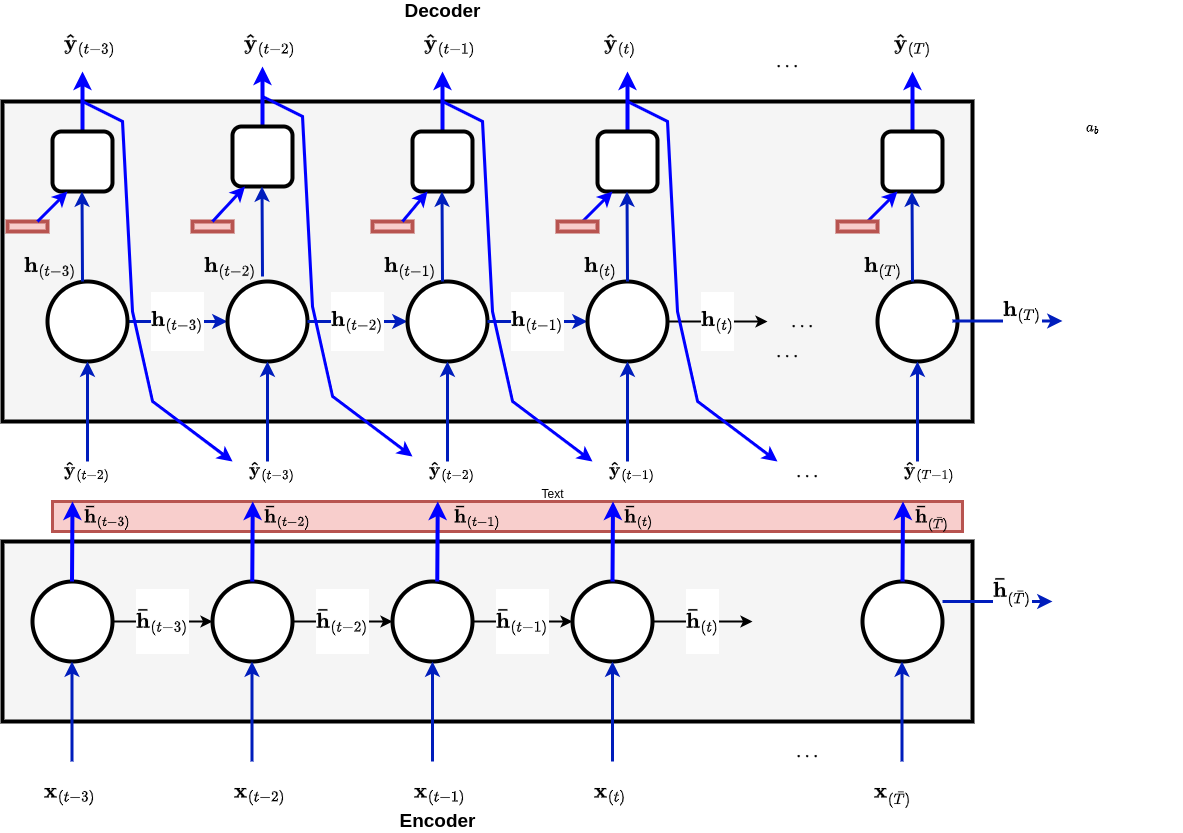
Before: images/RNN_layer_API_Encoder_Decoder_Attention_1.png, a diagram exported from draw.io (kenperry-public/ML_Advanced_Fall_2024). Source tidied: cells renumbered, new cells last; positions are measured from the earlier drawing's top-left corner, leaving out a move shared by most shapes.
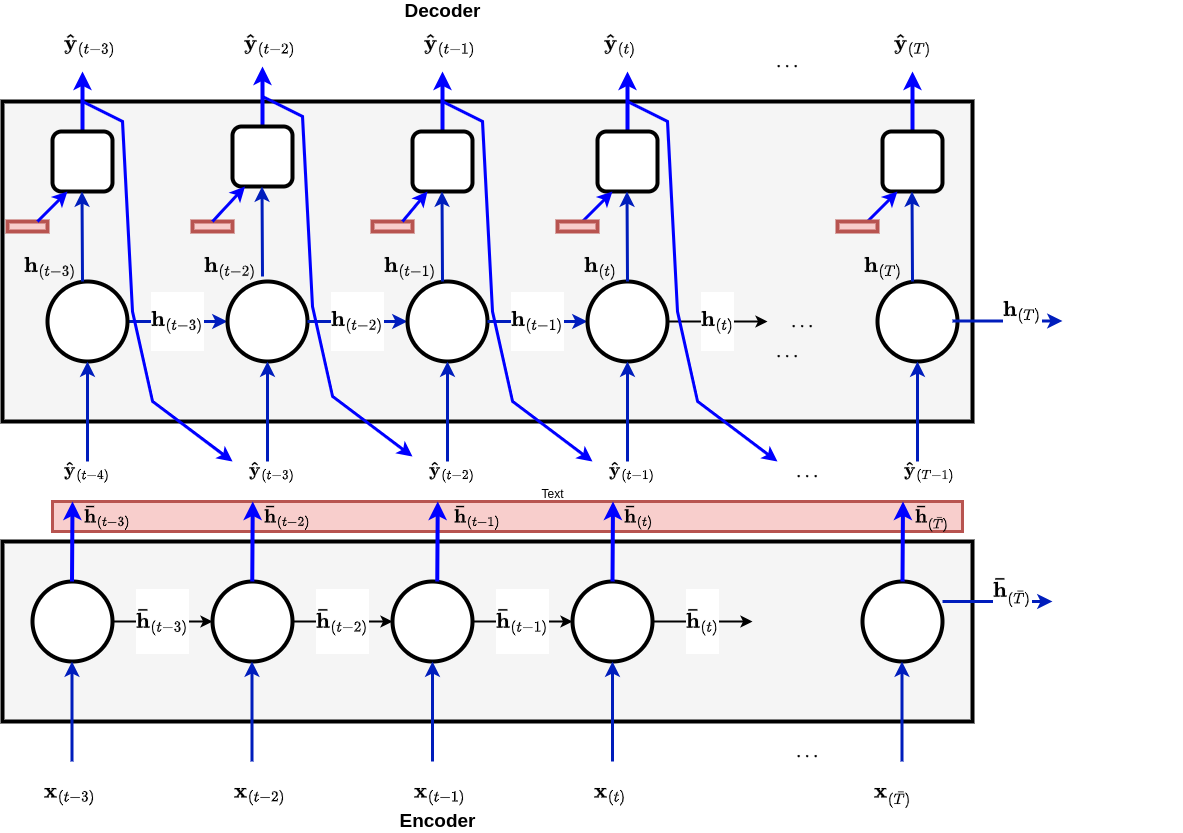
The same file after the commit.

Diff of the diagram source:
```diff
@@ -270,7 +270,7 @@
     <mxCell id="60" value="&lt;b style=&quot;border-color: var(--border-color); color: rgb(0, 0, 0); font-family: Helvetica; font-size: 18px; font-style: normal; font-variant-ligatures: normal; font-variant-caps: normal; letter-spacing: normal; orphans: 2; text-align: center; text-indent: 0px; text-transform: none; widows: 2; word-spacing: 0px; -webkit-text-stroke-width: 0px; background-color: rgb(255, 255, 255); text-decoration-thickness: initial; text-decoration-style: initial; text-decoration-color: initial;&quot;&gt;$$\mathbf{h}_{(T)}$$&lt;/b&gt;" style="text;whiteSpace=wrap;html=1;" parent="1" vertex="1">
       <mxGeometry x="860" y="230" width="60" height="30" as="geometry" />
     </mxCell>
-    <mxCell id="61" value="&lt;font style=&quot;font-size: 16px&quot;&gt;$$\mathbf{\hat{y}}_{(t-2)}$$&lt;/font&gt;" style="text;html=1;points=[];align=left;verticalAlign=top;spacingTop=-4;" parent="1" vertex="1">
+    <mxCell id="61" value="&lt;font style=&quot;font-size: 16px&quot;&gt;$$\mathbf{\hat{y}}_{(t-4)}$$&lt;/font&gt;" style="text;html=1;points=[];align=left;verticalAlign=top;spacingTop=-4;" parent="1" vertex="1">
       <mxGeometry x="60" y="440" width="220" height="30" as="geometry" />
     </mxCell>
     <mxCell id="62" style="endArrow=classic;html=1;rounded=0;strokeWidth=4;strokeColor=#0000ff;" parent="1" edge="1" source="64">
@@ -443,9 +443,6 @@
     <mxCell id="94" value="Text" style="text;html=1;align=center;verticalAlign=middle;strokeColor=none;fillColor=none;" parent="1" vertex="1">
       <mxGeometry x="525" y="478" width="50" height="30" as="geometry" />
     </mxCell>
-    <mxCell id="95" value="$$a_b$$&lt;div&gt;&lt;br&gt;&lt;/div&gt;" style="text;html=1;align=center;verticalAlign=middle;strokeColor=none;fillColor=none;" parent="1" vertex="1">
-      <mxGeometry x="1055" y="113" width="70" height="40" as="geometry" />
-    </mxCell>
     <mxCell id="96" style="endArrow=classic;html=1;rounded=0;strokeWidth=4;strokeColor=#0000ff;" parent="1" edge="1">
       <mxGeometry relative="1" as="geometry">
         <mxPoint x="249.8" y="580" as="sourcePoint" />
```
